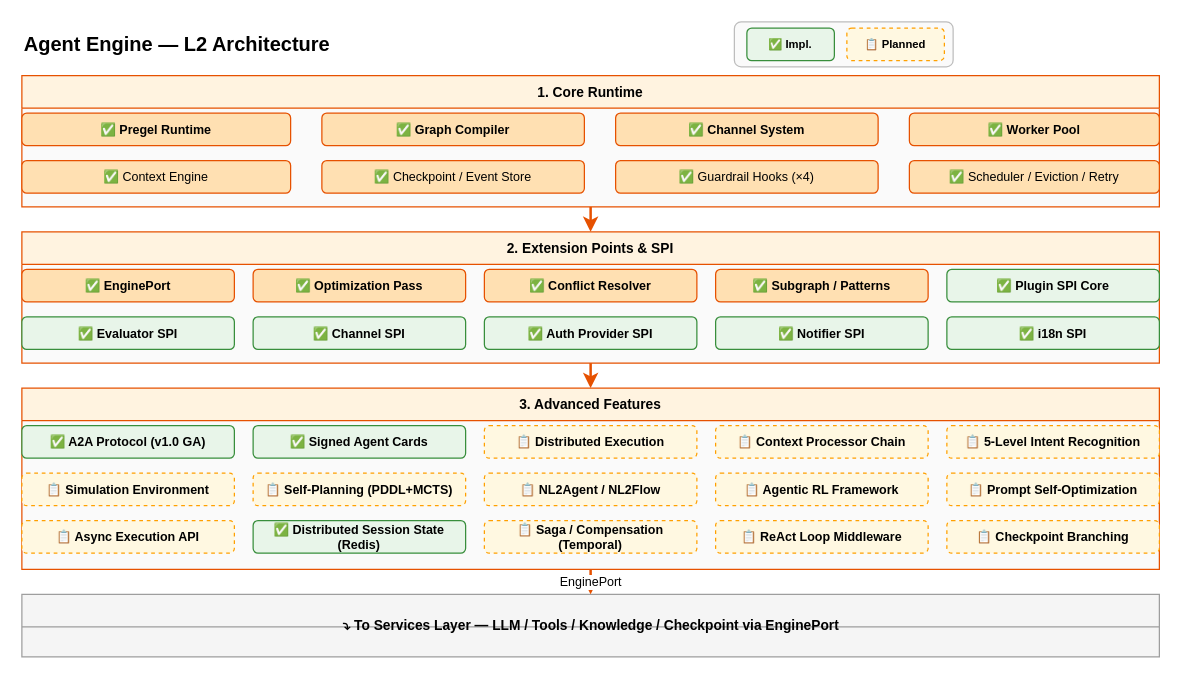
The draw.io diagram docs/design/hardware/agent-engine-l2.drawio in xueyufish/hecate, before the edit. Source tidied: cells renumbered, new cells numbered last; positions are measured from the earlier drawing's top-left corner, leaving out a move shared by most shapes. Both pictures are drawn from the tidied source at 125%, with x=0, y=0 at pixel (21, 21).
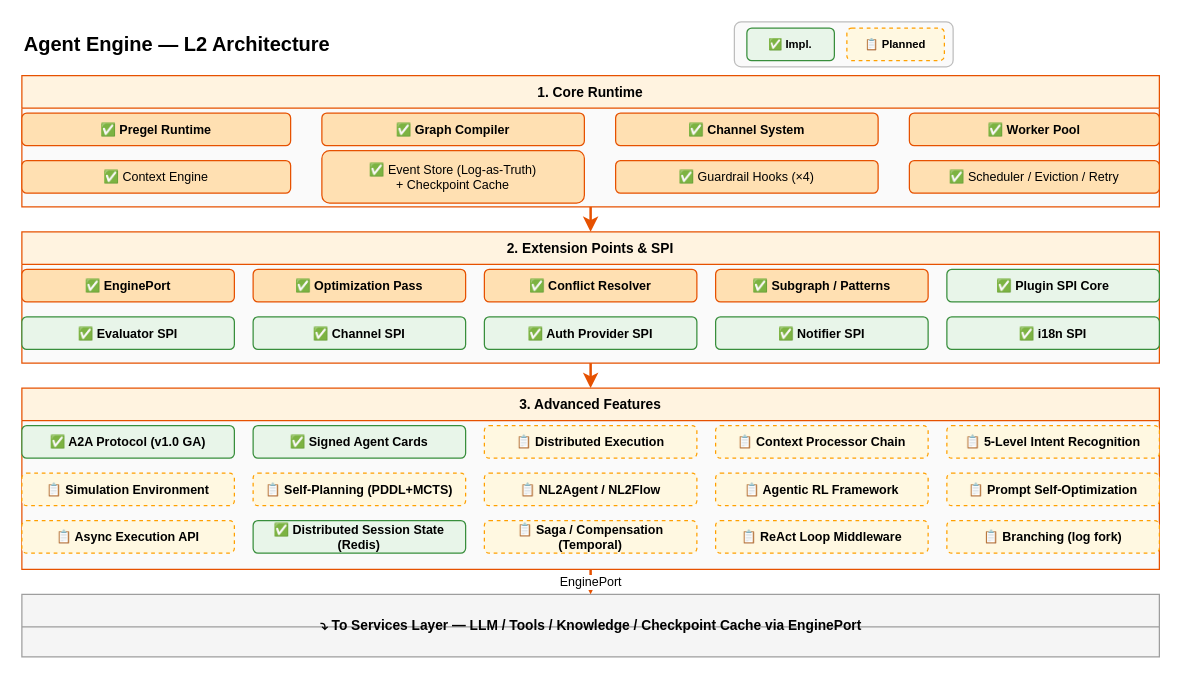
Above is the later version.

Unchanged cells that the change refers to:
```xml
<mxCell id="6" value="1. Core Runtime" style="swimlane;startSize=26;fillColor=#FFF3E0;strokeColor=#E65100;fontSize=11;fontStyle=1;swimlaneFillColor=#FAFAFA;" parent="1" vertex="1">
  <mxGeometry y="43" width="910" height="105" as="geometry" />
</mxCell>
<mxCell id="26" value="3. Advanced Features" style="swimlane;startSize=26;fillColor=#FFF3E0;strokeColor=#E65100;fontSize=11;fontStyle=1;swimlaneFillColor=#FAFAFA;" parent="1" vertex="1">
  <mxGeometry y="293" width="910" height="145" as="geometry" />
</mxCell>
<mxCell id="42" style="swimlane;startSize=26;fillColor=#F5F5F5;strokeColor=#9E9E9E;fontSize=11;fontStyle=1;swimlaneFillColor=#F5F5F5;" parent="1" vertex="1">
  <mxGeometry y="458" width="910" height="50" as="geometry" />
</mxCell>
```

What changed in the source:
```diff
@@
-    <mxCell id="12" value="✅ Checkpoint / Event Store" style="rounded=1;whiteSpace=wrap;html=1;fillColor=#FFE0B2;strokeColor=#E65100;fontSize=10;" parent="6" vertex="1">
-      <mxGeometry x="240" y="68" width="210" height="26" as="geometry" />
+    <mxCell id="12" value="✅ Event Store (Log-as-Truth)&#10;+ Checkpoint Cache" style="rounded=1;whiteSpace=wrap;html=1;fillColor=#FFE0B2;strokeColor=#E65100;fontSize=10;" parent="6" vertex="1">
+      <mxGeometry x="240" y="60" width="210" height="42" as="geometry" />
     </mxCell>
@@
-    <mxCell id="41" value="📋 Checkpoint Branching" style="rounded=1;whiteSpace=wrap;html=1;fillColor=#FFF8E1;strokeColor=#FFA000;fontSize=10;fontStyle=1;dashed=1;" parent="26" vertex="1">
+    <mxCell id="41" value="📋 Branching (log fork)" style="rounded=1;whiteSpace=wrap;html=1;fillColor=#FFF8E1;strokeColor=#FFA000;fontSize=10;fontStyle=1;dashed=1;" parent="26" vertex="1">
       <mxGeometry x="740" y="106" width="170" height="26" as="geometry" />
     </mxCell>
@@
-    <mxCell id="43" value="⤵  To Services Layer — LLM / Tools / Knowledge / Checkpoint via EnginePort" style="text;html=1;fontSize=11;fontStyle=1;align=center;verticalAlign=middle;fillColor=none;strokeColor=none;" parent="42" vertex="1">
+    <mxCell id="43" value="⤵  To Services Layer — LLM / Tools / Knowledge / Checkpoint Cache via EnginePort" style="text;html=1;fontSize=11;fontStyle=1;align=center;verticalAlign=middle;fillColor=none;strokeColor=none;" parent="42" vertex="1">
       <mxGeometry x="155" y="5" width="600" height="40" as="geometry" />
     </mxCell>
```
